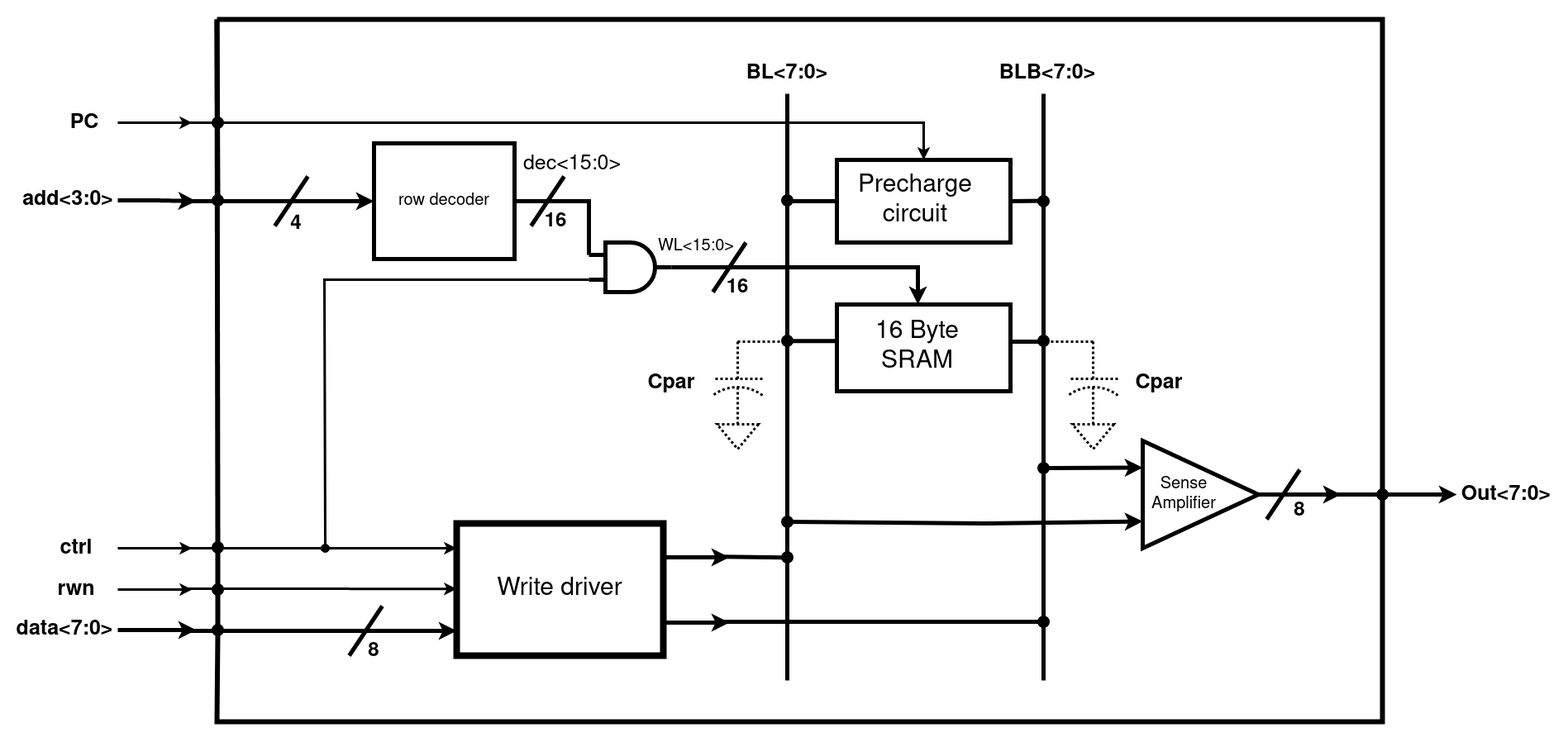
Above: images/arch.png in Priyansu122/SRAM-Project-2023 (draw.io), before the change. Source tidied: cells renumbered, new cells last; positions are measured from the earlier drawing's top-left corner, leaving out a move shared by most shapes.
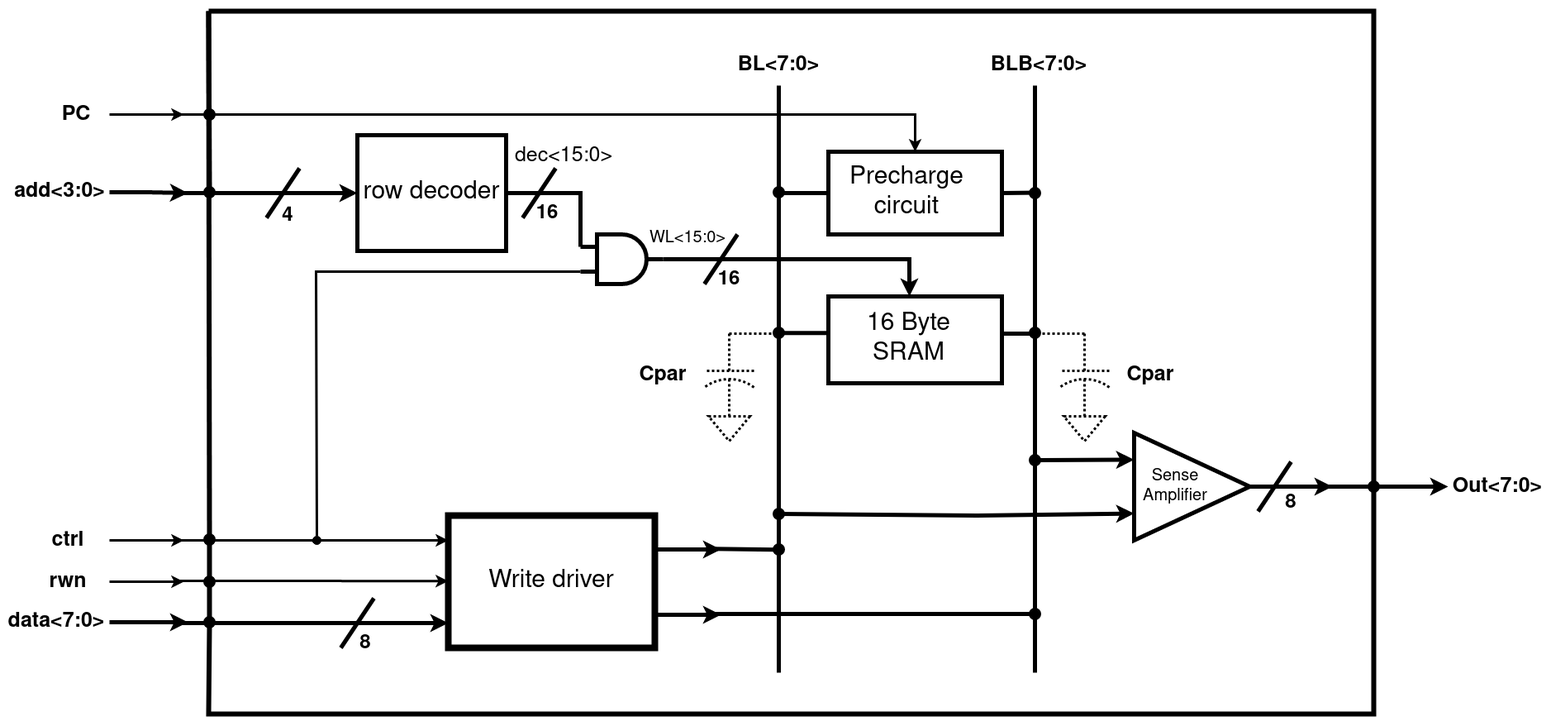
Later version of the same file.

Diff of the diagram source:
```diff
@@ -5,8 +5,8 @@
     <mxCell id="2" style="rounded=0;whiteSpace=wrap;html=1;strokeWidth=5;" parent="1" vertex="1">
       <mxGeometry x="964" y="170" width="210" height="100" as="geometry" />
     </mxCell>
-    <mxCell id="3" value="&lt;font style=&quot;font-size: 20px;&quot;&gt;row decoder&lt;/font&gt;" style="rounded=0;whiteSpace=wrap;html=1;strokeWidth=5;" parent="1" vertex="1">
-      <mxGeometry x="404" y="150" width="170" height="140" as="geometry" />
+    <mxCell id="3" value="&lt;font style=&quot;font-size: 30px;&quot;&gt;row decoder&lt;/font&gt;" style="rounded=0;whiteSpace=wrap;html=1;strokeWidth=5;" parent="1" vertex="1">
+      <mxGeometry x="394" y="150" width="180" height="140" as="geometry" />
     </mxCell>
     <mxCell id="4" style="rounded=0;whiteSpace=wrap;html=1;strokeWidth=5;" parent="1" vertex="1">
       <mxGeometry x="964" y="345" width="210" height="105" as="geometry" />
```
